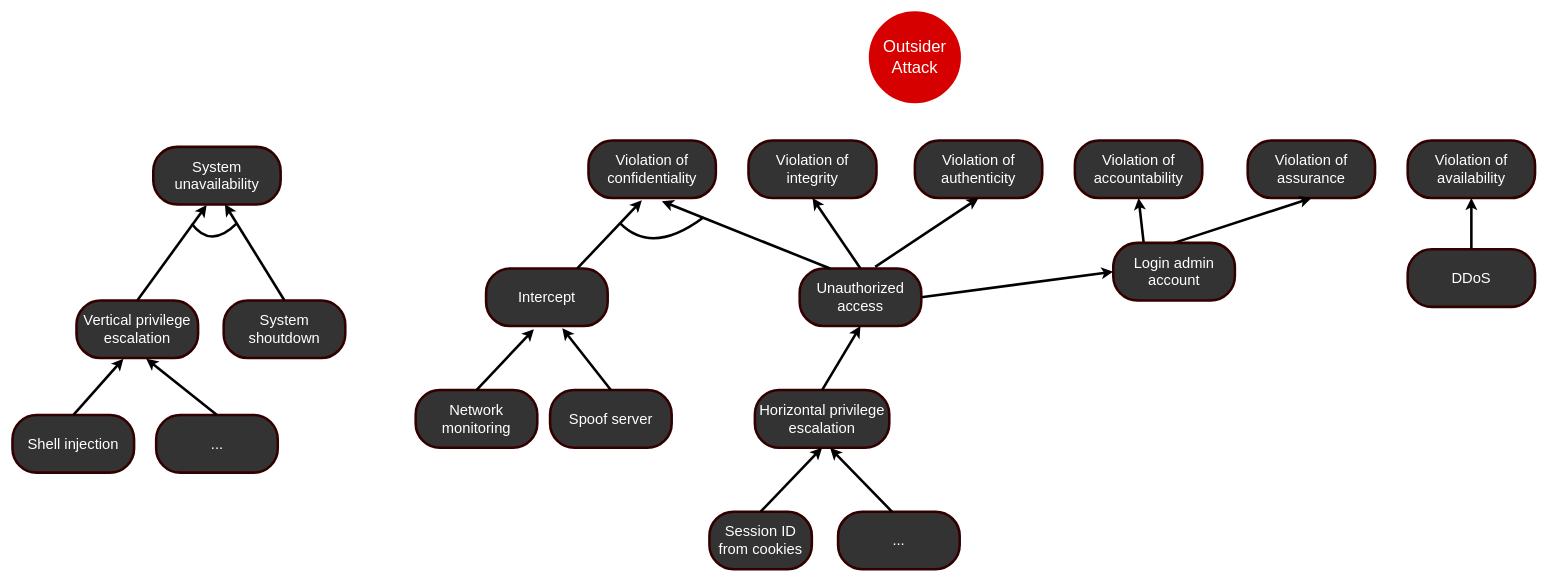
Above: Outsider attack trees.drawio in marzdeveloper/SoftwareCybersecurity (draw.io), before the change. Source tidied: cells renumbered, new cells numbered last; positions are measured from the earlier drawing's top-left corner, leaving out a move shared by most shapes. Both pictures are drawn from the tidied source at 64%, with x=0, y=0 at pixel (12, 12).
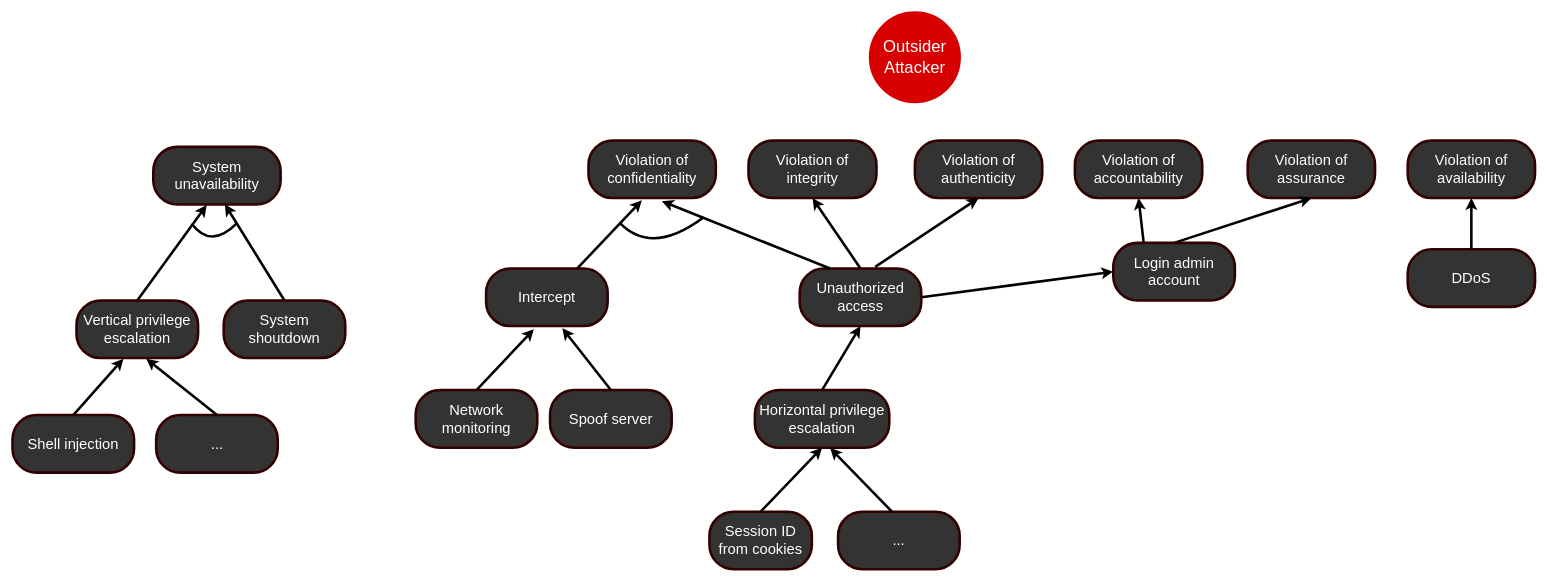
The same page after the edit.

What changed in the source:
```diff
@@
-    <mxCell id="2" value="&lt;font color=&quot;#ffffff&quot; style=&quot;font-size: 26px&quot;&gt;Outsider&lt;br&gt;Attack&lt;br&gt;&lt;/font&gt;" style="ellipse;whiteSpace=wrap;html=1;strokeColor=#D70000;strokeWidth=4;fillColor=#D70000;gradientColor=none;" parent="1" vertex="1">
+    <mxCell id="2" value="&lt;font color=&quot;#ffffff&quot; style=&quot;font-size: 26px&quot;&gt;Outsider&lt;br&gt;Attacker&lt;br&gt;&lt;/font&gt;" style="ellipse;whiteSpace=wrap;html=1;strokeColor=#D70000;strokeWidth=4;fillColor=#D70000;gradientColor=none;" parent="1" vertex="1">
       <mxGeometry x="1340" width="140" height="140" as="geometry" />
     </mxCell>
```
